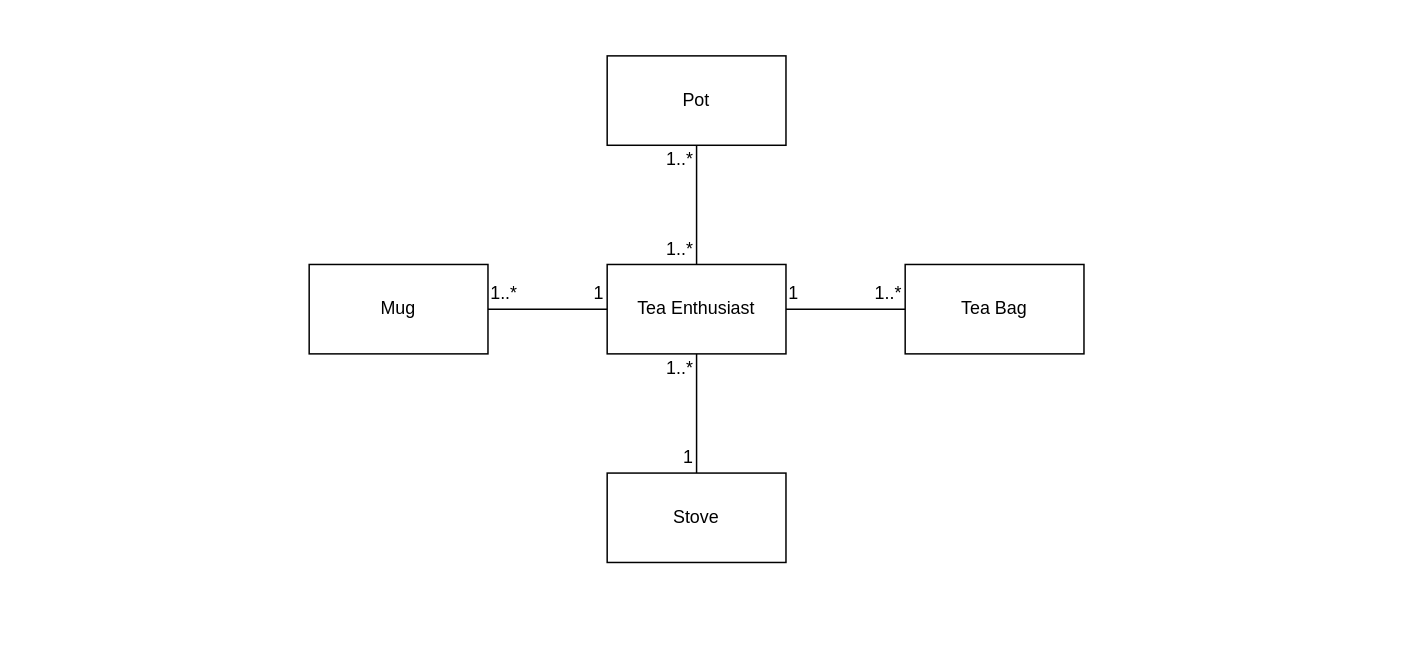
Above: page "Domain Model" (2 of 3) of TeaMidterm.drawio in aulo/CISC210Draw (draw.io), before the change. Source tidied: cells renumbered, new cells numbered last; positions are measured from the earlier drawing's top-left corner, leaving out a move shared by most shapes. Both pictures are drawn from the tidied source at 149%, with x=0, y=0 at pixel (308, 55).
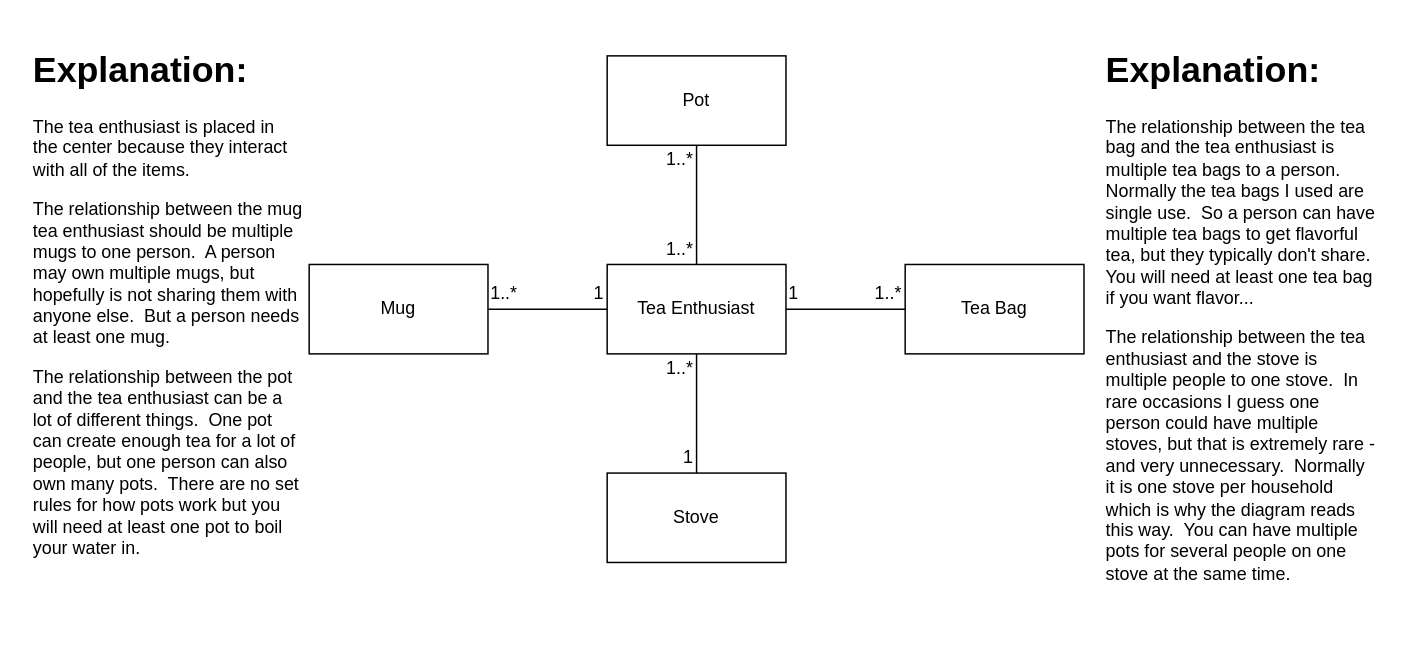
The same page after the edit.

What changed in the source:
```diff
@@
+    <mxCell id="19" value="&lt;h1&gt;Explanation:&lt;/h1&gt;&lt;p&gt;The tea enthusiast is placed in the center because they interact with all of the items.&lt;/p&gt;&lt;p&gt;The relationship between the mug tea enthusiast should be multiple mugs to one person.&amp;nbsp; A person may own multiple mugs, but hopefully is not sharing them with anyone else.&amp;nbsp; But a person needs at least one mug.&lt;/p&gt;&lt;p&gt;The relationship between the pot and the tea enthusiast can be a lot of different things.&amp;nbsp; One pot can create enough tea for a lot of people, but one person can also own many pots.&amp;nbsp; There are no set rules for how pots work but you will need at least one pot to boil your water in.&lt;/p&gt;" style="text;html=1;strokeColor=none;fillColor=none;spacing=5;spacingTop=-20;whiteSpace=wrap;overflow=hidden;rounded=0;align=left;" parent="1" vertex="1">
+      <mxGeometry x="-190" y="-10" width="190" height="360" as="geometry" />
+    </mxCell>
+    <mxCell id="20" value="&lt;h1&gt;Explanation:&lt;/h1&gt;&lt;p&gt;The relationship between the tea bag and the tea enthusiast is multiple tea bags to a person.&amp;nbsp; Normally the tea bags I used are single use.&amp;nbsp; So a person can have multiple tea bags to get flavorful tea, but they typically don't share.&amp;nbsp; You will need at least one tea bag if you want flavor...&lt;/p&gt;&lt;p&gt;The relationship between the tea enthusiast and the stove is multiple people to one stove.&amp;nbsp; In rare occasions I guess one person could have multiple stoves, but that is extremely rare - and very unnecessary.&amp;nbsp; Normally it is one stove per household which is why the diagram reads this way.&amp;nbsp; You can have multiple pots for several people on one stove at the same time.&lt;/p&gt;" style="text;html=1;strokeColor=none;fillColor=none;spacing=5;spacingTop=-20;whiteSpace=wrap;overflow=hidden;rounded=0;align=left;" parent="1" vertex="1">
+      <mxGeometry x="530" y="-10" width="190" height="400" as="geometry" />
+    </mxCell>
```
